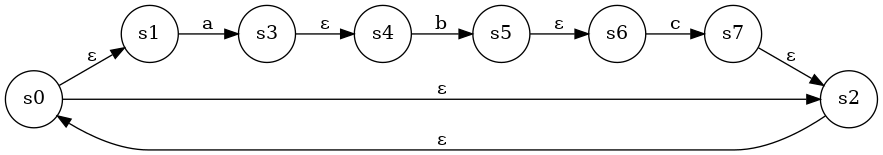
This is resources/nfa1.png from nano-go/regexcv, a Graphviz export, as it was before one commit. Its source is kept beside it as resources/nfa1.dot.
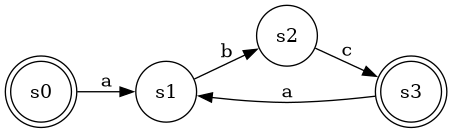
The same file after the commit.

Diff of the diagram source:
```diff
@@ -1,22 +1,13 @@
 digraph NFA{
 	rankdir=LR
 
-	s0 [shape=circle]
+	s0 [shape=doublecircle]
 	s1 [shape=circle]
 	s2 [shape=circle]
-	s3 [shape=circle]
-	s4 [shape=circle]
-	s5 [shape=circle]
-	s6 [shape=circle]
-	s7 [shape=circle]
+	s3 [shape=doublecircle]
 
-	s0 -> s1 [label="ε"]
-	s0 -> s2 [label="ε"]
-	s1 -> s3 [label="a"]
-	s2 -> s0 [label="ε"]
-	s3 -> s4 [label="ε"]
-	s4 -> s5 [label="b"]
-	s5 -> s6 [label="ε"]
-	s6 -> s7 [label="c"]
-	s7 -> s2 [label="ε"]
+	s0 -> s1 [label="a"]
+	s1 -> s2 [label="b"]
+	s2 -> s3 [label="c"]
+	s3 -> s1 [label="a"]
 }
```
